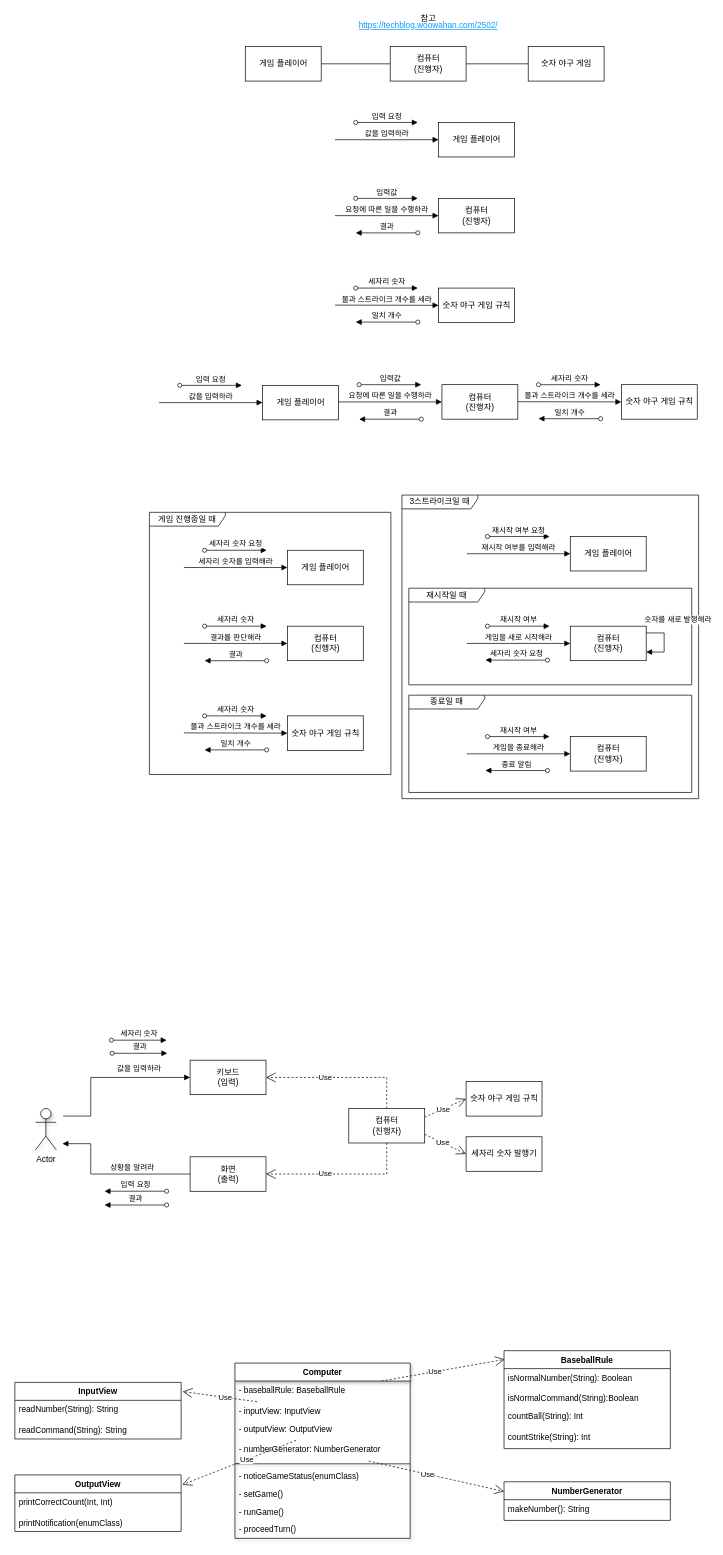
The draw.io diagram docs/Baseball_Diagram.drawio in otter66/kotlin-baseball, before the edit. Source tidied: cells renumbered, new cells numbered last; positions are measured from the earlier drawing's top-left corner, leaving out a move shared by most shapes. Both pictures are drawn from the tidied source at 69%, with x=0, y=0 at pixel (14, 12).
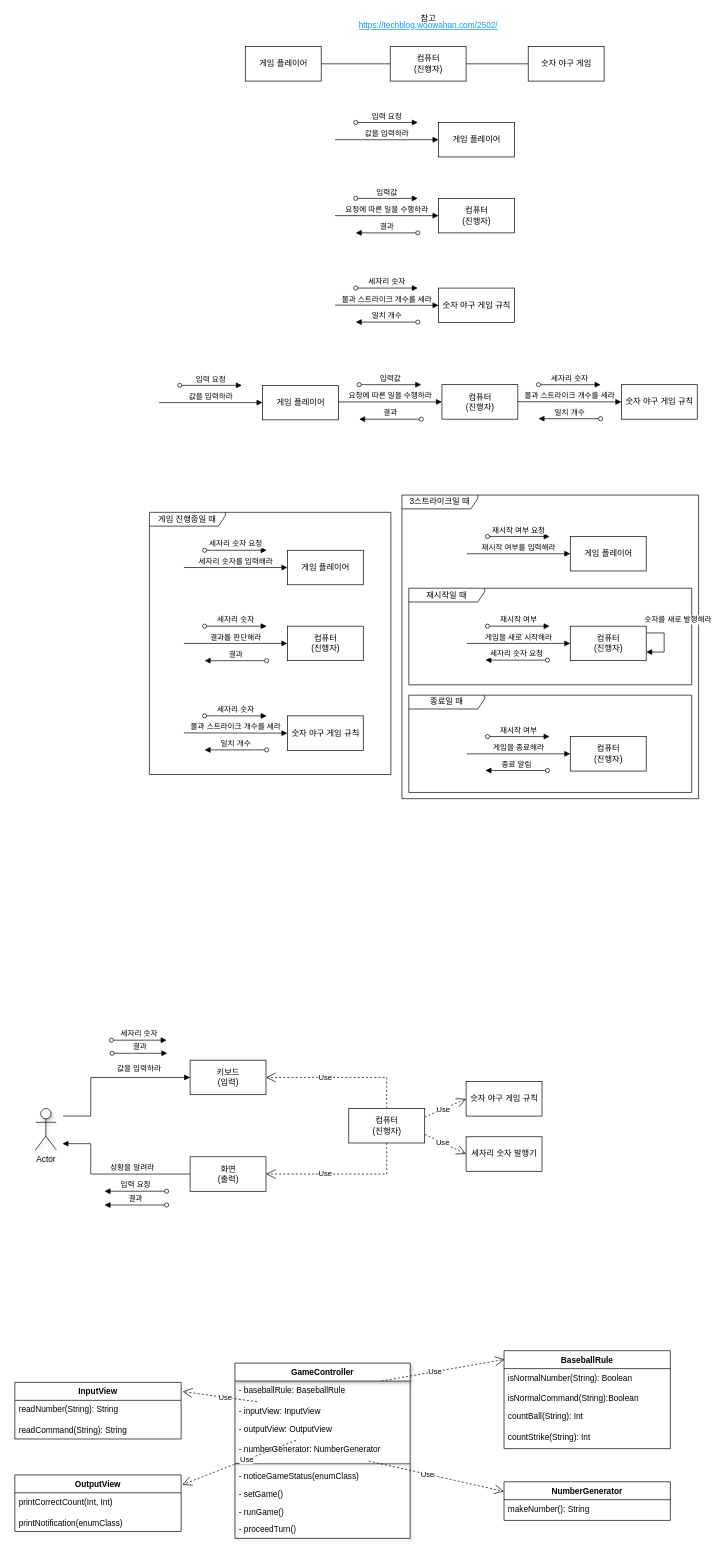
Above is the later version.

Commit message:
docs: Diagram 업데이트

What changed in the source:
```diff
@@
-    <mxCell id="79" value="Computer" style="swimlane;fontStyle=1;align=center;verticalAlign=top;horizontal=1;startSize=26;shadow=1;fontColor=#000000;" parent="1" vertex="1">
+    <mxCell id="79" value="GameController" style="swimlane;fontStyle=1;align=center;verticalAlign=top;horizontal=1;startSize=26;shadow=1;fontColor=#000000;" parent="1" vertex="1">
       <mxGeometry x="319" y="1958" width="254" height="254" as="geometry" />
     </mxCell>
```
